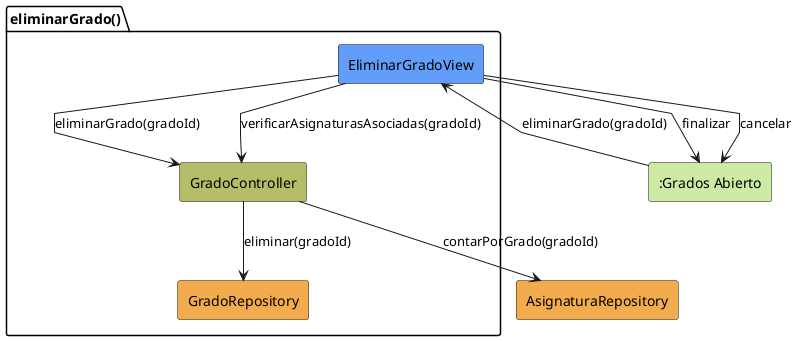
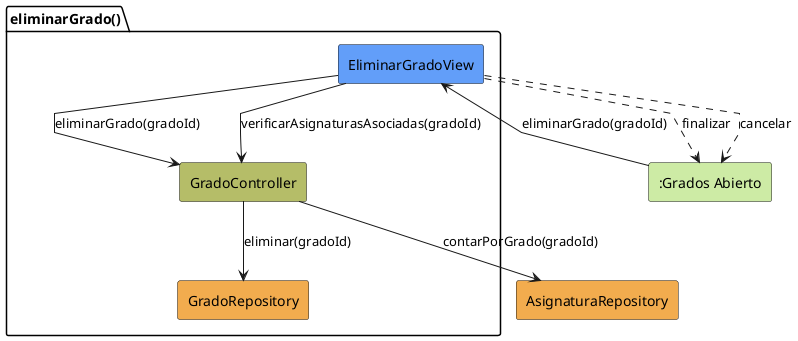
@startuml eliminarGrado-analisis
skinparam linetype polyline

rectangle #CDEBA5 ":Grados Abierto" as GradosAbierto

package eliminarGrado as "eliminarGrado()" {
    rectangle #629EF9 EliminarGradoView
    rectangle #b5bd68 GradoController
    rectangle #F2AC4E GradoRepository
}

rectangle #F2AC4E AsignaturaRepository

GradosAbierto --> EliminarGradoView : eliminarGrado(gradoId)

EliminarGradoView --> GradoController : eliminarGrado(gradoId)
EliminarGradoView --> GradoController : verificarAsignaturasAsociadas(gradoId)

GradoController --> AsignaturaRepository : contarPorGrado(gradoId)

GradoController --> GradoRepository : eliminar(gradoId)

- EliminarGradoView --> GradosAbierto : finalizar
- EliminarGradoView --> GradosAbierto : cancelar
+ EliminarGradoView ..> GradosAbierto : finalizar
+ EliminarGradoView ..> GradosAbierto : cancelar

@enduml